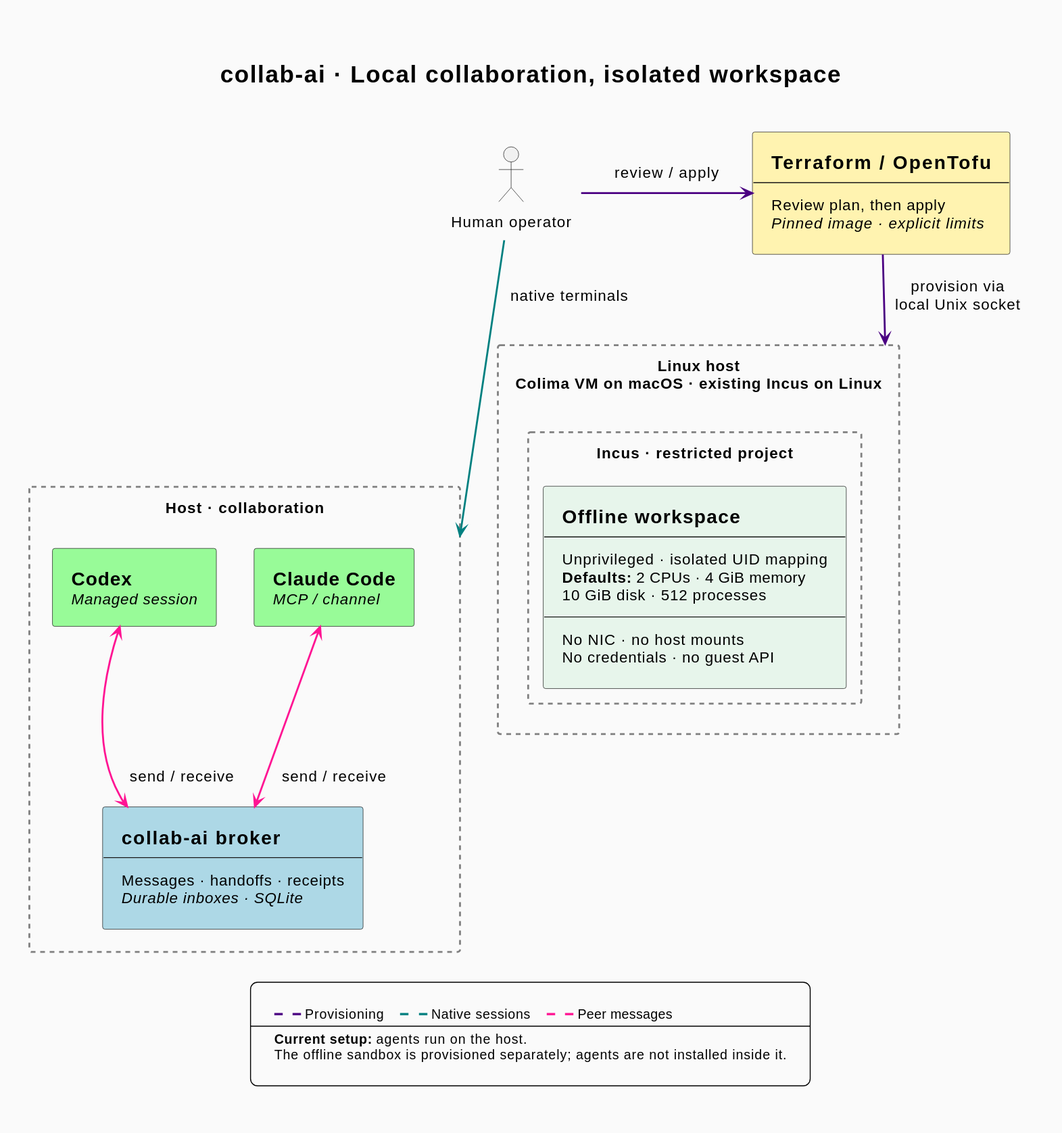
This is docs/assets/sandbox.svg from makarski/collab-ai, a PlantUML export, as it was before one commit. Its source is kept beside it as docs/assets/sandbox.puml. The source it was exported from:
```plantuml
@startuml sandbox

title collab-ai · Local collaboration, isolated workspace

!$humanColor = "#fff3b0"
!$brokerColor = "#lightblue"
!$agentColor = "#palegreen"

<style>
title {
    FontSize 25
}
document {
    Margin 24
    BackgroundColor #fafafa
}
rectangle {
    LineStyle 5
    LineColor #grey
    LineThickness 2
}
.HumanControl {
    BackgroundColor $humanColor
}
.Broker {
    BackgroundColor $brokerColor
}
.AgentRuntime {
    BackgroundColor $agentColor
}
.Sandbox {
    BackgroundColor #e7f5eb
}
.controlFlow {
    LineColor #indigo
    LineThickness 2
}
.peerFlow {
    LineColor #deepPink
    LineThickness 2
}
.sessionFlow {
    LineColor #teal
    LineThickness 2
}
legend {
    FontSize 14
    Padding 15
    BackgroundColor #f0f0f0
}
</style>

hide stereotype
skinparam {
    backgroundColor #fafafa
    shadowing false
    componentStyle rectangle
    defaultFontSize 16
    padding 10
    nodesep 40
    ranksep 25
}

actor "Human operator" as Human

rectangle "Host · collaboration" as Host {
    component "=Codex\n//Managed session//" as Codex <<AgentRuntime>>
    component "=Claude Code\n//MCP / channel//" as Claude <<AgentRuntime>>
    component Broker <<Broker>> [
        =collab-ai broker
        --
        Messages · handoffs · receipts
        //Durable inboxes · SQLite//
    ]
}

component Provision <<HumanControl>> [
    =Terraform / OpenTofu
    --
    Review plan, then apply
    //Pinned image · explicit limits//
]

rectangle "Linux host\nColima VM on macOS · existing Incus on Linux" as Linux {
    rectangle "Incus · restricted project" as Project {
        component Workspace <<Sandbox>> [
            =Offline workspace
            --
            Unprivileged · isolated UID mapping
            **Defaults:** 2 CPUs · 4 GiB memory
            10 GiB disk · 512 processes
            --
            No NIC · no host mounts
            No credentials · no guest API
        ]
    }
}

Human -down-> Host <<sessionFlow>> : native terminals
Human -right-> Provision <<controlFlow>> : review / apply
Codex <-down-> Broker <<peerFlow>> : send / receive
Claude <-down-> Broker <<peerFlow>> : send / receive
Provision -down-> Linux <<controlFlow>> : provision via\nlocal Unix socket

Codex -[hidden]right-> Claude
Host -[hidden]right-> Linux

legend bottom
    <color:indigo>━━</color> Provisioning    <color:teal>━━</color> Native sessions    <color:deepPink>━━</color> Peer messages
    ----
    **Current setup:** agents run on the host.
    The offline sandbox is provisioned separately; agents are not installed inside it.
endlegend

@enduml
```
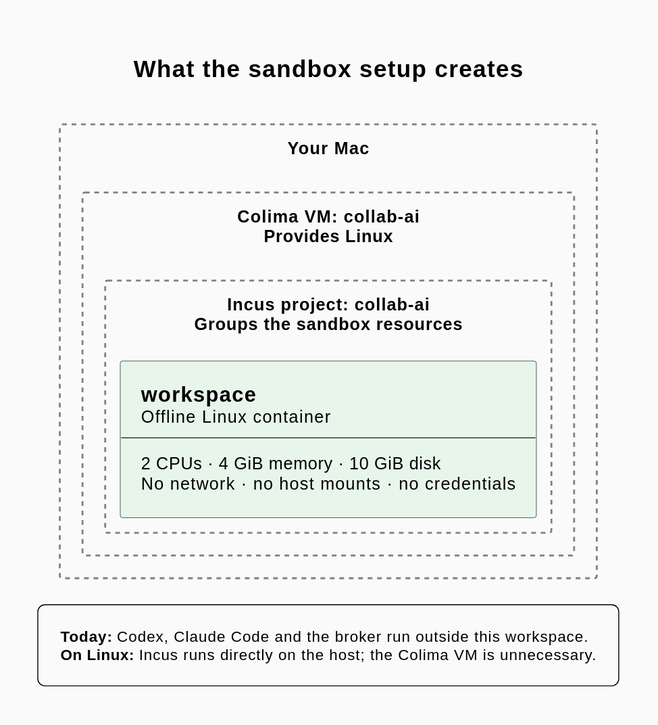
The same file after the commit.

Commit message:
Simplify sandbox diagram to show containment

What changed in the source:
```diff
@@ -1,17 +1,13 @@
 @startuml sandbox
 
-title collab-ai · Local collaboration, isolated workspace
-
-!$humanColor = "#fff3b0"
-!$brokerColor = "#lightblue"
-!$agentColor = "#palegreen"
+title What the sandbox setup creates
 
 <style>
 title {
     FontSize 25
 }
 document {
-    Margin 24
+    Margin 20
     BackgroundColor #fafafa
 }
 rectangle {
@@ -19,34 +15,13 @@
     LineColor #grey
     LineThickness 2
 }
-.HumanControl {
-    BackgroundColor $humanColor
-}
-.Broker {
-    BackgroundColor $brokerColor
-}
-.AgentRuntime {
-    BackgroundColor $agentColor
-}
-.Sandbox {
+.Workspace {
     BackgroundColor #e7f5eb
 }
-.controlFlow {
-    LineColor #indigo
-    LineThickness 2
-}
-.peerFlow {
-    LineColor #deepPink
-    LineThickness 2
-}
-.sessionFlow {
-    LineColor #teal
-    LineThickness 2
-}
 legend {
-    FontSize 14
-    Padding 15
-    BackgroundColor #f0f0f0
+    FontSize 16
+    Padding 12
+    BackgroundColor #fff3b0
 }
 </style>
 
@@ -55,61 +30,27 @@
     backgroundColor #fafafa
     shadowing false
     componentStyle rectangle
-    defaultFontSize 16
-    padding 10
-    nodesep 40
-    ranksep 25
+    defaultFontSize 18
+    padding 12
 }
 
-actor "Human operator" as Human
-
-rectangle "Host · collaboration" as Host {
-    component "=Codex\n//Managed session//" as Codex <<AgentRuntime>>
-    component "=Claude Code\n//MCP / channel//" as Claude <<AgentRuntime>>
-    component Broker <<Broker>> [
-        =collab-ai broker
-        --
-        Messages · handoffs · receipts
-        //Durable inboxes · SQLite//
-    ]
-}
-
-component Provision <<HumanControl>> [
-    =Terraform / OpenTofu
-    --
-    Review plan, then apply
-    //Pinned image · explicit limits//
-]
-
-rectangle "Linux host\nColima VM on macOS · existing Incus on Linux" as Linux {
-    rectangle "Incus · restricted project" as Project {
-        component Workspace <<Sandbox>> [
-            =Offline workspace
-            --
-            Unprivileged · isolated UID mapping
-            **Defaults:** 2 CPUs · 4 GiB memory
-            10 GiB disk · 512 processes
-            --
-            No NIC · no host mounts
-            No credentials · no guest API
-        ]
+rectangle "Your Mac" as Mac {
+    rectangle "Colima VM: collab-ai\nProvides Linux" as VM {
+        rectangle "Incus project: collab-ai\nGroups the sandbox resources" as Project {
+            component Workspace <<Workspace>> [
+                =workspace
+                Offline Linux container
+                --
+                2 CPUs · 4 GiB memory · 10 GiB disk
+                No network · no host mounts · no credentials
+            ]
+        }
     }
 }
 
-Human -down-> Host <<sessionFlow>> : native terminals
-Human -right-> Provision <<controlFlow>> : review / apply
-Codex <-down-> Broker <<peerFlow>> : send / receive
-Claude <-down-> Broker <<peerFlow>> : send / receive
-Provision -down-> Linux <<controlFlow>> : provision via\nlocal Unix socket
-
-Codex -[hidden]right-> Claude
-Host -[hidden]right-> Linux
-
 legend bottom
-    <color:indigo>━━</color> Provisioning    <color:teal>━━</color> Native sessions    <color:deepPink>━━</color> Peer messages
-    ----
-    **Current setup:** agents run on the host.
-    The offline sandbox is provisioned separately; agents are not installed inside it.
+    **Today:** Codex, Claude Code and the broker run outside this workspace.
+    **On Linux:** Incus runs directly on the host; the Colima VM is unnecessary.
 endlegend
 
 @enduml
```
